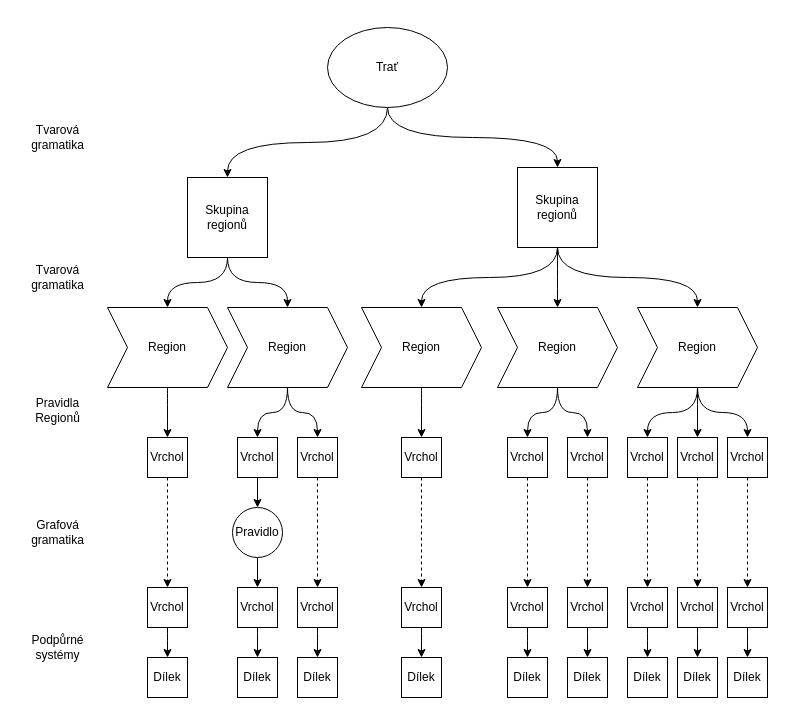
The draw.io diagram ProjectOverview.drawio in Simon-Sak/drawio-diagram-thesis, before the edit. Source tidied: cells renumbered, new cells numbered last; positions are measured from the earlier drawing's top-left corner, leaving out a move shared by most shapes. Both pictures are drawn from the tidied source at 100%, with x=0, y=0 at pixel (17, 27).
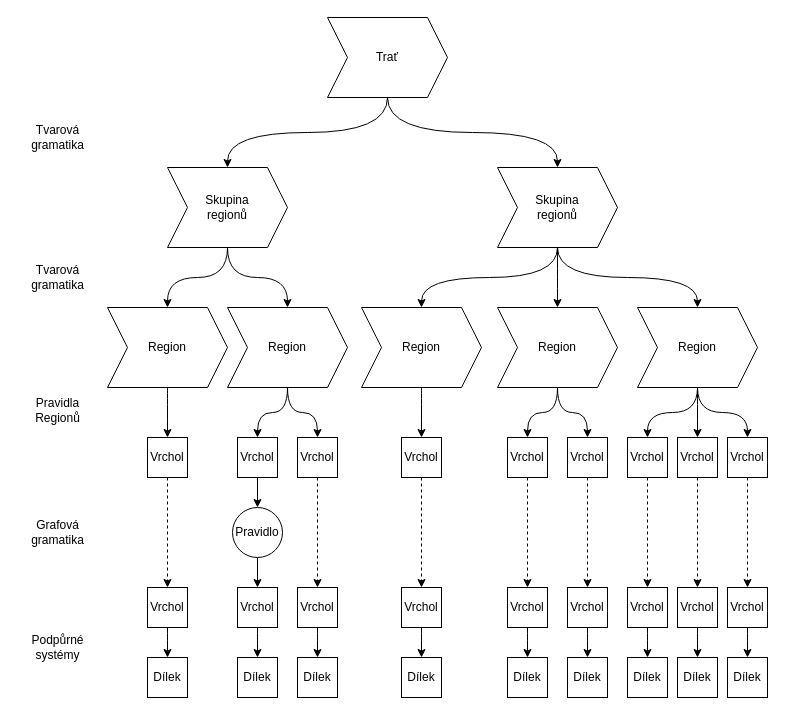
After the change.

The change refers to these unchanged cells:
```xml
<mxCell id="13" value="Region" style="shape=step;perimeter=stepPerimeter;whiteSpace=wrap;html=1;fixedSize=1;" parent="1" vertex="1">
  <mxGeometry x="90" y="280" width="120" height="80" as="geometry" />
</mxCell>
<mxCell id="16" value="Region" style="shape=step;perimeter=stepPerimeter;whiteSpace=wrap;html=1;fixedSize=1;" parent="1" vertex="1">
  <mxGeometry x="210" y="280" width="120" height="80" as="geometry" />
</mxCell>
<mxCell id="18" value="Region" style="shape=step;perimeter=stepPerimeter;whiteSpace=wrap;html=1;fixedSize=1;" parent="1" vertex="1">
  <mxGeometry x="344" y="280" width="120" height="80" as="geometry" />
</mxCell>
<mxCell id="21" value="Region" style="shape=step;perimeter=stepPerimeter;whiteSpace=wrap;html=1;fixedSize=1;" parent="1" vertex="1">
  <mxGeometry x="480" y="280" width="120" height="80" as="geometry" />
</mxCell>
<mxCell id="25" value="Region" style="shape=step;perimeter=stepPerimeter;whiteSpace=wrap;html=1;fixedSize=1;" parent="1" vertex="1">
  <mxGeometry x="620" y="280" width="120" height="80" as="geometry" />
</mxCell>
```

Diff of the diagram source:
```diff
@@
-    <mxCell id="2" style="rounded=0;jettySize=auto;html=1;exitX=0.5;exitY=1;exitDx=0;exitDy=0;entryX=0.5;entryY=0;entryDx=0;entryDy=0;edgeStyle=orthogonalEdgeStyle;elbow=vertical;curved=1;" parent="1" edge="1" source="4" target="7">
-      <mxGeometry relative="1" as="geometry" />
-    </mxCell>
-    <mxCell id="3" style="edgeStyle=orthogonalEdgeStyle;curved=1;rounded=0;jettySize=auto;html=1;exitX=0.5;exitY=1;exitDx=0;exitDy=0;" parent="1" edge="1" source="4" target="11">
-      <mxGeometry relative="1" as="geometry" />
-    </mxCell>
-    <mxCell id="4" value="Trať" style="ellipse;whiteSpace=wrap;html=1;" parent="1" vertex="1">
-      <mxGeometry x="310" width="120" height="80" as="geometry" />
-    </mxCell>
-    <mxCell id="5" style="edgeStyle=orthogonalEdgeStyle;curved=1;rounded=0;jettySize=auto;html=1;exitX=0.5;exitY=1;exitDx=0;exitDy=0;entryX=0.5;entryY=0;entryDx=0;entryDy=0;" parent="1" edge="1" source="7" target="13">
+    <mxCell id="5" style="edgeStyle=orthogonalEdgeStyle;curved=1;rounded=0;jettySize=auto;html=1;exitX=0.5;exitY=1;exitDx=0;exitDy=0;entryX=0.5;entryY=0;entryDx=0;entryDy=0;" parent="1" edge="1" source="78" target="13">
       <mxGeometry relative="1" as="geometry" />
     </mxCell>
-    <mxCell id="6" style="edgeStyle=orthogonalEdgeStyle;curved=1;rounded=0;jettySize=auto;html=1;exitX=0.5;exitY=1;exitDx=0;exitDy=0;entryX=0.5;entryY=0;entryDx=0;entryDy=0;" parent="1" edge="1" source="7" target="16">
+    <mxCell id="6" style="edgeStyle=orthogonalEdgeStyle;curved=1;rounded=0;jettySize=auto;html=1;exitX=0.5;exitY=1;exitDx=0;exitDy=0;entryX=0.5;entryY=0;entryDx=0;entryDy=0;" parent="1" edge="1" source="78" target="16">
       <mxGeometry relative="1" as="geometry" />
     </mxCell>
-    <mxCell id="7" value="Skupina regionů" style="whiteSpace=wrap;html=1;" parent="1" vertex="1">
-      <mxGeometry x="170" y="150" width="80" height="80" as="geometry" />
-    </mxCell>
-    <mxCell id="8" style="edgeStyle=orthogonalEdgeStyle;curved=1;rounded=0;jettySize=auto;html=1;exitX=0.5;exitY=1;exitDx=0;exitDy=0;entryX=0.5;entryY=0;entryDx=0;entryDy=0;" parent="1" edge="1" source="11" target="18">
-      <mxGeometry relative="1" as="geometry" />
-    </mxCell>
-    <mxCell id="9" style="edgeStyle=orthogonalEdgeStyle;curved=1;rounded=0;jettySize=auto;html=1;exitX=0.5;exitY=1;exitDx=0;exitDy=0;entryX=0.5;entryY=0;entryDx=0;entryDy=0;" parent="1" edge="1" source="11" target="21">
-      <mxGeometry relative="1" as="geometry" />
-    </mxCell>
-    <mxCell id="10" style="edgeStyle=orthogonalEdgeStyle;curved=1;rounded=0;jettySize=auto;html=1;exitX=0.5;exitY=1;exitDx=0;exitDy=0;entryX=0.5;entryY=0;entryDx=0;entryDy=0;" parent="1" edge="1" source="11" target="25">
-      <mxGeometry relative="1" as="geometry" />
-    </mxCell>
-    <mxCell id="11" value="Skupina regionů" style="whiteSpace=wrap;html=1;" parent="1" vertex="1">
-      <mxGeometry x="500" y="140" width="80" height="80" as="geometry" />
-    </mxCell>
@@
+    <mxCell id="78" value="Skupina&lt;div&gt;regionů&lt;/div&gt;" style="shape=step;perimeter=stepPerimeter;whiteSpace=wrap;html=1;fixedSize=1;" parent="1" vertex="1">
+      <mxGeometry x="150" y="140" width="120" height="80" as="geometry" />
+    </mxCell>
+    <mxCell id="79" style="edgeStyle=orthogonalEdgeStyle;curved=1;rounded=0;jettySize=auto;html=1;exitX=0.5;exitY=1;exitDx=0;exitDy=0;" parent="1" edge="1" source="82" target="21">
+      <mxGeometry relative="1" as="geometry" />
+    </mxCell>
+    <mxCell id="80" style="edgeStyle=orthogonalEdgeStyle;curved=1;rounded=0;jettySize=auto;html=1;exitX=0.5;exitY=1;exitDx=0;exitDy=0;" parent="1" edge="1" source="82" target="18">
+      <mxGeometry relative="1" as="geometry" />
+    </mxCell>
+    <mxCell id="81" style="edgeStyle=orthogonalEdgeStyle;curved=1;rounded=0;jettySize=auto;html=1;exitX=0.5;exitY=1;exitDx=0;exitDy=0;entryX=0.5;entryY=0;entryDx=0;entryDy=0;" parent="1" edge="1" source="82" target="25">
+      <mxGeometry relative="1" as="geometry" />
+    </mxCell>
+    <mxCell id="82" value="Skupina&lt;div&gt;regionů&lt;/div&gt;" style="shape=step;perimeter=stepPerimeter;whiteSpace=wrap;html=1;fixedSize=1;" parent="1" vertex="1">
+      <mxGeometry x="480" y="140" width="120" height="80" as="geometry" />
+    </mxCell>
+    <mxCell id="83" style="edgeStyle=orthogonalEdgeStyle;curved=1;rounded=0;jettySize=auto;html=1;exitX=0.5;exitY=1;exitDx=0;exitDy=0;entryX=0.5;entryY=0;entryDx=0;entryDy=0;" parent="1" edge="1" source="4" target="78">
+      <mxGeometry relative="1" as="geometry" />
+    </mxCell>
+    <mxCell id="84" style="edgeStyle=orthogonalEdgeStyle;curved=1;rounded=0;jettySize=auto;html=1;exitX=0.5;exitY=1;exitDx=0;exitDy=0;entryX=0.5;entryY=0;entryDx=0;entryDy=0;" parent="1" edge="1" source="4" target="82">
+      <mxGeometry relative="1" as="geometry" />
+    </mxCell>
+    <mxCell id="4" value="Trať" style="shape=step;perimeter=stepPerimeter;whiteSpace=wrap;html=1;fixedSize=1;" parent="1" vertex="1">
+      <mxGeometry x="310" y="-10" width="120" height="80" as="geometry" />
+    </mxCell>
```
